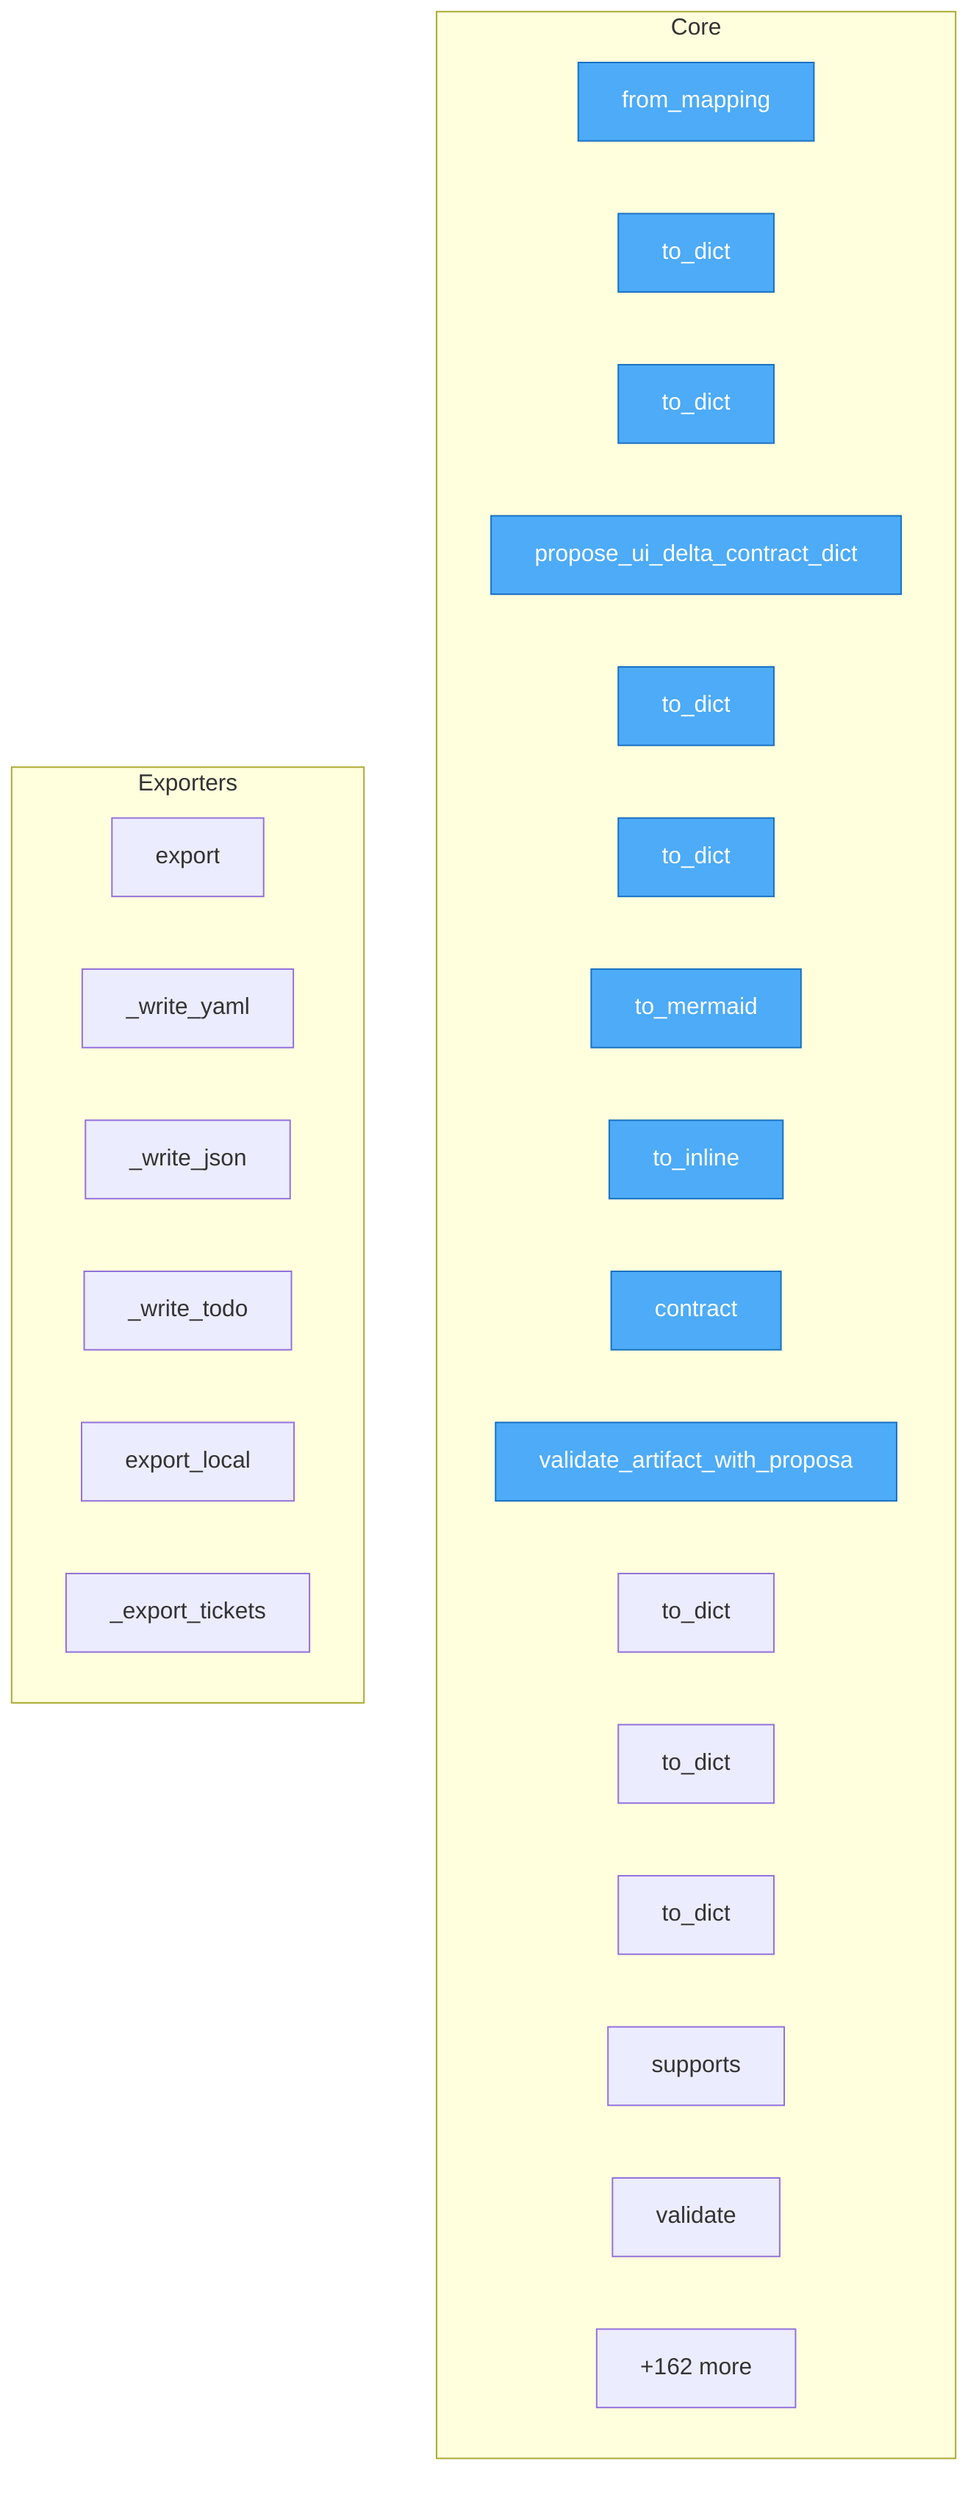
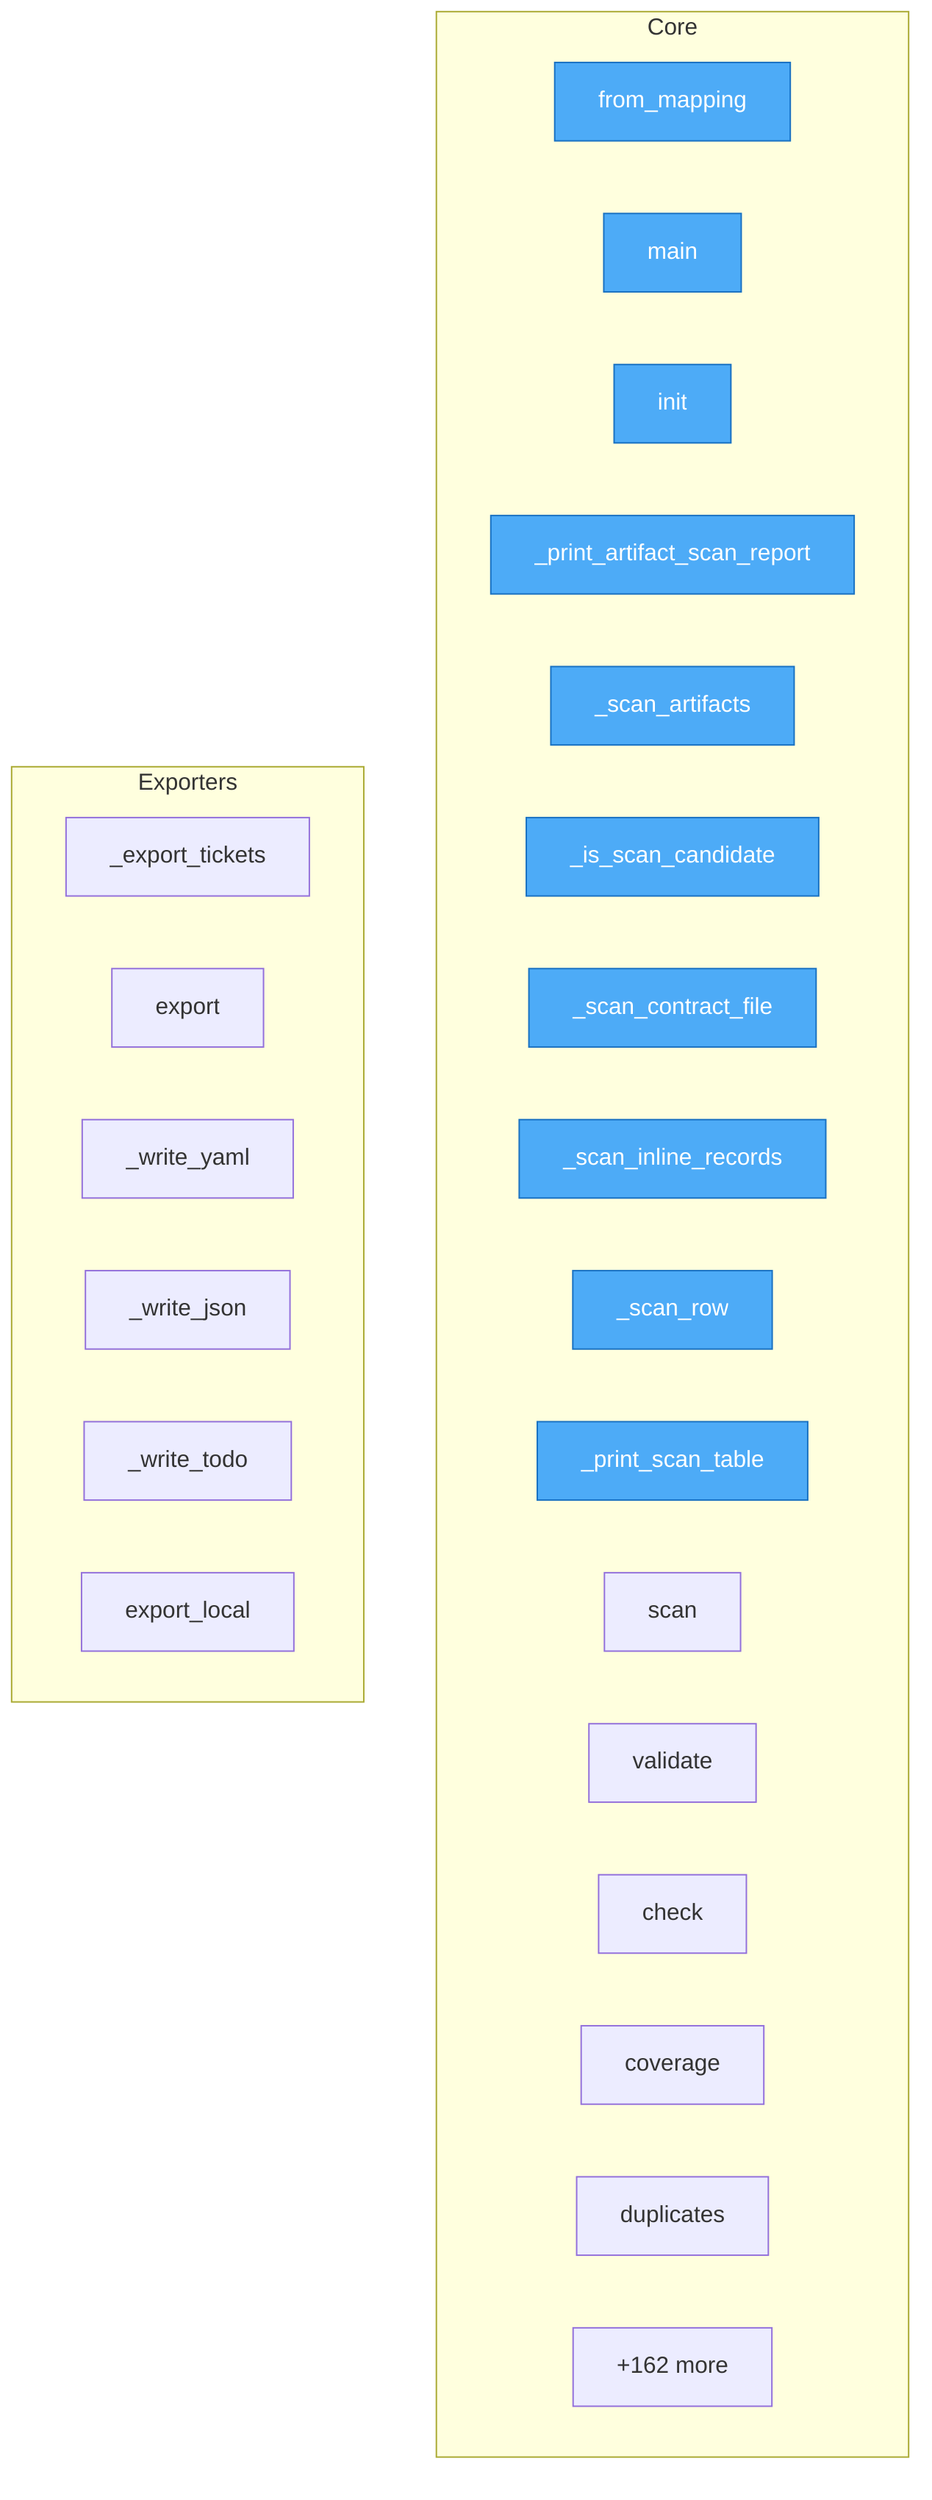
flowchart TD
%% generated in 0.03s

    %% Entry points (blue)
    classDef entry fill:#4dabf7,stroke:#1971c2,color:#fff

    subgraph Core
        src__intract__config__IntractConfig__from_mapping["from_mapping"]
-         src__intract__scan_artifacts__ArtifactScanReport__to_dict["to_dict"]
-         src__intract__proposals__ProposedContract__to_dict["to_dict"]
-         src__intract__proposals__propose_ui_delta_contract_dicts["propose_ui_delta_contract_dict"]
-         src__intract__coverage__CoverageReport__to_dict["to_dict"]
-         src__intract__graph__ContractGraph__to_dict["to_dict"]
-         src__intract__graph__ContractGraph__to_mermaid["to_mermaid"]
-         src__intract__sdk__ContractBuilder__to_inline["to_inline"]
-         src__intract__sdk__contract["contract"]
-         src__intract__validate_snippet__validate_artifact_with_proposals["validate_artifact_with_proposa"]
-         src__intract__duplicates__grouping__DuplicateContract__to_dict["to_dict"]
-         src__intract__duplicates__grouping__IntentDuplicateGroup__to_dict["to_dict"]
-         src__intract__validators__artifacts__ArtifactValidationReport__to_dict["to_dict"]
-         src__intract__validators__input_output__InputPresenceRule__supports["supports"]
-         src__intract__validators__input_output__InputPresenceRule__validate["validate"]
+         src__intract__cli__main["main"]
+         src__intract__cli__init["init"]
+         src__intract__cli___print_artifact_scan_report["_print_artifact_scan_report"]
+         src__intract__cli___scan_artifacts["_scan_artifacts"]
+         src__intract__cli___is_scan_candidate["_is_scan_candidate"]
+         src__intract__cli___scan_contract_file["_scan_contract_file"]
+         src__intract__cli___scan_inline_records["_scan_inline_records"]
+         src__intract__cli___scan_row["_scan_row"]
+         src__intract__cli___print_scan_table["_print_scan_table"]
+         src__intract__cli__scan["scan"]
+         src__intract__cli__validate["validate"]
+         src__intract__cli__check["check"]
+         src__intract__cli__coverage["coverage"]
+         src__intract__cli__duplicates["duplicates"]
        ...["+162 more"]
    end

    subgraph Exporters
+         src__intract__cli___export_tickets["_export_tickets"]
        src__intract__integrations__planfile__PlanfileExporter__export["export"]
        src__intract__integrations__planfile__PlanfileExporter___write_yaml["_write_yaml"]
        src__intract__integrations__planfile__PlanfileExporter___write_json["_write_json"]
        src__intract__integrations__planfile__PlanfileExporter___write_todo["_write_todo"]
        src__intract__integrations__planfile_adapter__PlanfileApiAdapter__export_local["export_local"]
-         src__intract__cli___export_tickets["_export_tickets"]
    end

-     class src__intract__config__IntractConfig__from_mapping,src__intract__scan_artifacts__ArtifactScanReport__to_dict,src__intract__proposals__ProposedContract__to_dict,src__intract__proposals__propose_ui_delta_contract_dicts,src__intract__coverage__CoverageReport__to_dict,src__intract__graph__ContractGraph__to_dict,src__intract__graph__ContractGraph__to_mermaid,src__intract__sdk__ContractBuilder__to_inline,src__intract__sdk__contract,src__intract__validate_snippet__validate_artifact_with_proposals entry
+     class src__intract__config__IntractConfig__from_mapping,src__intract__cli__main,src__intract__cli__init,src__intract__cli___print_artifact_scan_report,src__intract__cli___scan_artifacts,src__intract__cli___is_scan_candidate,src__intract__cli___scan_contract_file,src__intract__cli___scan_inline_records,src__intract__cli___scan_row,src__intract__cli___print_scan_table entry
